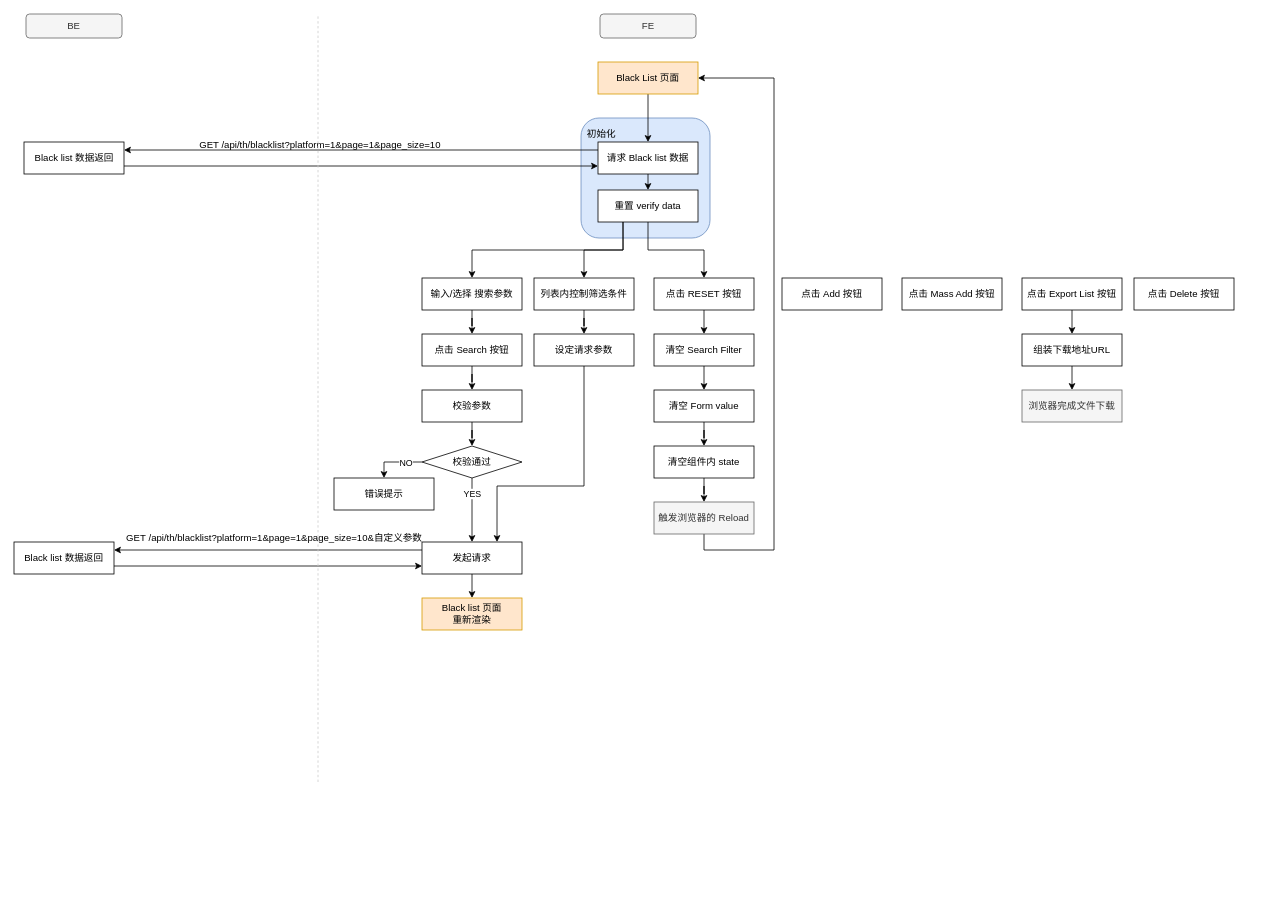
Above: page "black list" (8 of 13) of Admin/admin.drawio in junhong2021/Hotel- (draw.io), before the change. Source tidied: cells renumbered, new cells numbered last; positions are measured from the earlier drawing's top-left corner, leaving out a move shared by most shapes. Both pictures are drawn from the tidied source at 80%, with x=0, y=0 at pixel (14, 14).
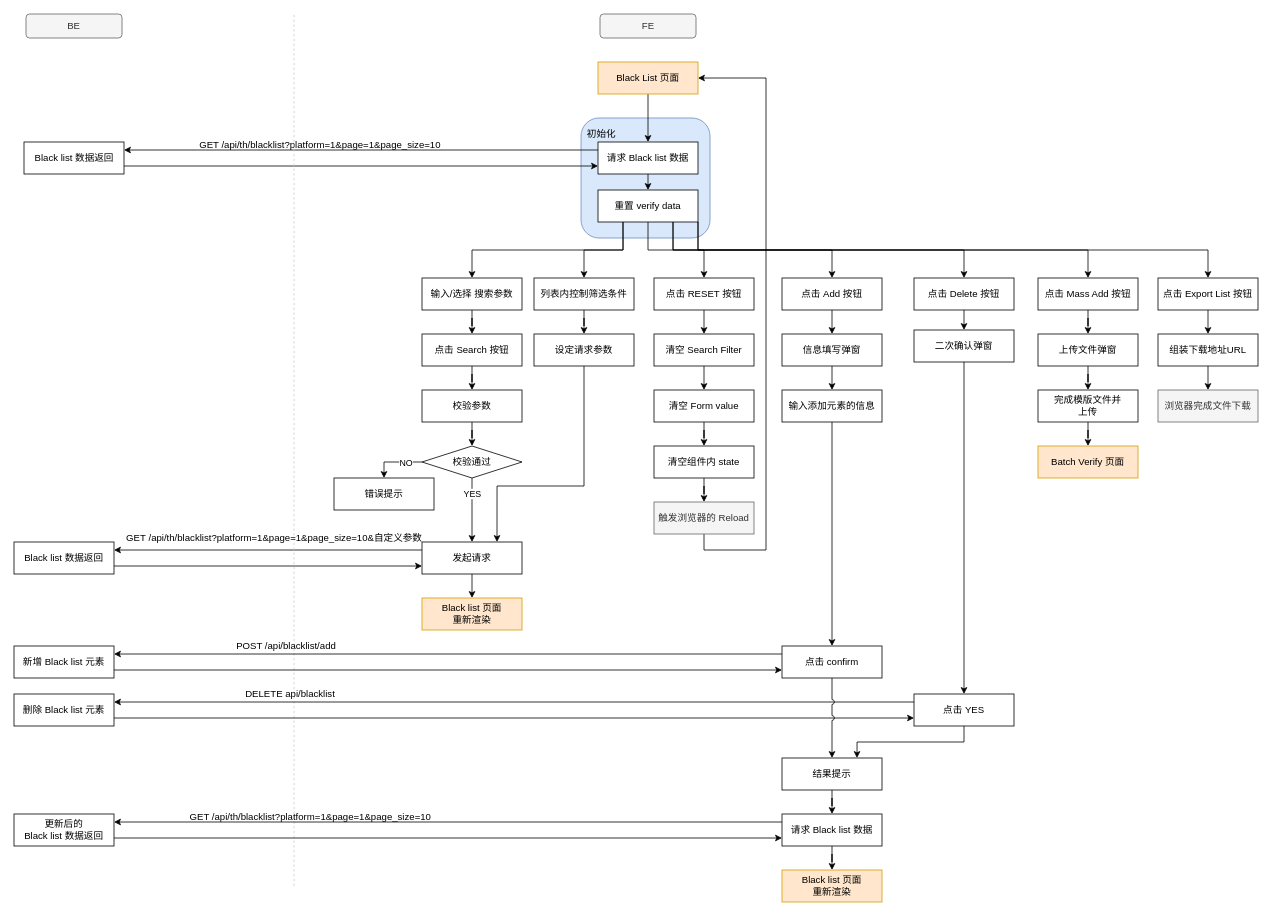
Above is the later version.

Unchanged cells that the change refers to:
```xml
<mxCell id="5" value="Black List 页面" style="rounded=0;whiteSpace=wrap;html=1;fillColor=#ffe6cc;strokeColor=#d79b00;" parent="1" vertex="1">
  <mxGeometry x="730" y="60" width="125" height="40" as="geometry" />
</mxCell>
<mxCell id="18" value="重置 verify data" style="rounded=0;whiteSpace=wrap;html=1;" parent="1" vertex="1">
  <mxGeometry x="730" y="220" width="125" height="40" as="geometry" />
</mxCell>
<mxCell id="32" value="点击 Add 按钮" style="rounded=0;whiteSpace=wrap;html=1;" parent="1" vertex="1">
  <mxGeometry x="960" y="330" width="125" height="40" as="geometry" />
</mxCell>
<mxCell id="49" value="触发浏览器的 Reload" style="rounded=0;whiteSpace=wrap;html=1;fillColor=#f5f5f5;strokeColor=#666666;fontColor=#333333;" parent="1" vertex="1">
  <mxGeometry x="800" y="610" width="125" height="40" as="geometry" />
</mxCell>
```

The edit, as a diff of the source:
```diff
@@
-<mxGraphModel>
+<mxGraphModel background="#ffffff">
@@
+    <mxCell id="62" style="edgeStyle=orthogonalEdgeStyle;rounded=0;jumpStyle=arc;jettySize=auto;html=1;exitX=0.75;exitY=1;exitDx=0;exitDy=0;" parent="1" edge="1" source="18" target="32">
+      <mxGeometry relative="1" as="geometry" />
+    </mxCell>
+    <mxCell id="63" style="edgeStyle=orthogonalEdgeStyle;rounded=0;jumpStyle=arc;jettySize=auto;html=1;exitX=0.75;exitY=1;exitDx=0;exitDy=0;" parent="1" edge="1" source="18" target="39">
+      <mxGeometry relative="1" as="geometry" />
+    </mxCell>
+    <mxCell id="64" style="edgeStyle=orthogonalEdgeStyle;rounded=0;jumpStyle=arc;jettySize=auto;html=1;exitX=1;exitY=1;exitDx=0;exitDy=0;" parent="1" edge="1" source="18" target="33">
+      <mxGeometry relative="1" as="geometry" />
+    </mxCell>
+    <mxCell id="65" style="edgeStyle=orthogonalEdgeStyle;rounded=0;jumpStyle=arc;jettySize=auto;html=1;exitX=1;exitY=1;exitDx=0;exitDy=0;" parent="1" edge="1" source="18" target="35">
+      <mxGeometry relative="1" as="geometry" />
+    </mxCell>
@@
+    <mxCell id="66" style="edgeStyle=orthogonalEdgeStyle;rounded=0;jumpStyle=arc;jettySize=auto;html=1;exitX=0.5;exitY=1;exitDx=0;exitDy=0;entryX=0.5;entryY=0;entryDx=0;entryDy=0;" parent="1" edge="1" source="32" target="68">
+      <mxGeometry relative="1" as="geometry" />
+    </mxCell>
@@
+    <mxCell id="67" style="edgeStyle=orthogonalEdgeStyle;rounded=0;jumpStyle=arc;jettySize=auto;html=1;exitX=0.5;exitY=1;exitDx=0;exitDy=0;entryX=0.5;entryY=0;entryDx=0;entryDy=0;" parent="1" edge="1" source="68" target="70">
+      <mxGeometry relative="1" as="geometry" />
+    </mxCell>
+    <mxCell id="68" value="信息填写弹窗" style="rounded=0;whiteSpace=wrap;html=1;" parent="1" vertex="1">
+      <mxGeometry x="960" y="400" width="125" height="40" as="geometry" />
+    </mxCell>
+    <mxCell id="69" style="edgeStyle=orthogonalEdgeStyle;rounded=0;jumpStyle=arc;jettySize=auto;html=1;exitX=0.5;exitY=1;exitDx=0;exitDy=0;" parent="1" edge="1" source="70" target="71">
+      <mxGeometry relative="1" as="geometry" />
+    </mxCell>
+    <mxCell id="70" value="输入添加元素的信息" style="rounded=0;whiteSpace=wrap;html=1;" parent="1" vertex="1">
+      <mxGeometry x="960" y="470" width="125" height="40" as="geometry" />
+    </mxCell>
+    <mxCell id="71" value="点击 confirm" style="rounded=0;whiteSpace=wrap;html=1;" parent="1" vertex="1">
+      <mxGeometry x="960" y="790" width="125" height="40" as="geometry" />
+    </mxCell>
+    <mxCell id="72" style="edgeStyle=orthogonalEdgeStyle;rounded=0;jumpStyle=arc;jettySize=auto;html=1;exitX=0.5;exitY=1;exitDx=0;exitDy=0;" parent="1" edge="1" source="73" target="97">
+      <mxGeometry relative="1" as="geometry" />
+    </mxCell>
+    <mxCell id="73" value="结果提示" style="rounded=0;whiteSpace=wrap;html=1;" parent="1" vertex="1">
+      <mxGeometry x="960" y="930" width="125" height="40" as="geometry" />
+    </mxCell>
+    <mxCell id="74" style="edgeStyle=orthogonalEdgeStyle;rounded=0;jumpStyle=arc;jettySize=auto;html=1;exitX=0.5;exitY=1;exitDx=0;exitDy=0;" parent="1" edge="1" source="33" target="76">
+      <mxGeometry relative="1" as="geometry" />
+    </mxCell>
     <mxCell id="33" value="点击 Mass Add 按钮" style="rounded=0;whiteSpace=wrap;html=1;" parent="1" vertex="1">
-      <mxGeometry x="1110" y="330" width="125" height="40" as="geometry" />
+      <mxGeometry x="1280" y="330" width="125" height="40" as="geometry" />
     </mxCell>
+    <mxCell id="75" style="edgeStyle=orthogonalEdgeStyle;rounded=0;jumpStyle=arc;jettySize=auto;html=1;exitX=0.5;exitY=1;exitDx=0;exitDy=0;" parent="1" edge="1" source="76" target="78">
+      <mxGeometry relative="1" as="geometry" />
+    </mxCell>
+    <mxCell id="76" value="上传文件弹窗" style="rounded=0;whiteSpace=wrap;html=1;" parent="1" vertex="1">
+      <mxGeometry x="1280" y="400" width="125" height="40" as="geometry" />
+    </mxCell>
+    <mxCell id="77" style="edgeStyle=orthogonalEdgeStyle;rounded=0;jumpStyle=arc;jettySize=auto;html=1;exitX=0.5;exitY=1;exitDx=0;exitDy=0;" parent="1" edge="1" source="78" target="84">
+      <mxGeometry relative="1" as="geometry" />
+    </mxCell>
+    <mxCell id="78" value="完成模版文件并&lt;br&gt;上传" style="rounded=0;whiteSpace=wrap;html=1;" parent="1" vertex="1">
+      <mxGeometry x="1280" y="470" width="125" height="40" as="geometry" />
+    </mxCell>
@@
     <mxCell id="35" value="点击 Export List 按钮" style="rounded=0;whiteSpace=wrap;html=1;" parent="1" vertex="1">
-      <mxGeometry x="1260" y="330" width="125" height="40" as="geometry" />
+      <mxGeometry x="1430" y="330" width="125" height="40" as="geometry" />
     </mxCell>
@@
     <mxCell id="37" value="组装下载地址URL" style="rounded=0;whiteSpace=wrap;html=1;" parent="1" vertex="1">
-      <mxGeometry x="1260" y="400" width="125" height="40" as="geometry" />
+      <mxGeometry x="1430" y="400" width="125" height="40" as="geometry" />
     </mxCell>
     <mxCell id="38" value="浏览器完成文件下载" style="rounded=0;whiteSpace=wrap;html=1;fillColor=#f5f5f5;strokeColor=#666666;fontColor=#333333;" parent="1" vertex="1">
-      <mxGeometry x="1260" y="470" width="125" height="40" as="geometry" />
+      <mxGeometry x="1430" y="470" width="125" height="40" as="geometry" />
     </mxCell>
+    <mxCell id="79" style="edgeStyle=orthogonalEdgeStyle;rounded=0;jumpStyle=arc;jettySize=auto;html=1;exitX=0.5;exitY=1;exitDx=0;exitDy=0;entryX=0.5;entryY=0;entryDx=0;entryDy=0;" parent="1" edge="1" source="39" target="81">
+      <mxGeometry relative="1" as="geometry" />
+    </mxCell>
     <mxCell id="39" value="点击 Delete 按钮" style="rounded=0;whiteSpace=wrap;html=1;" parent="1" vertex="1">
-      <mxGeometry x="1400" y="330" width="125" height="40" as="geometry" />
+      <mxGeometry x="1125" y="330" width="125" height="40" as="geometry" />
     </mxCell>
+    <mxCell id="80" style="edgeStyle=orthogonalEdgeStyle;rounded=0;jumpStyle=arc;jettySize=auto;html=1;exitX=0.5;exitY=1;exitDx=0;exitDy=0;" parent="1" edge="1" source="81" target="83">
+      <mxGeometry relative="1" as="geometry" />
+    </mxCell>
+    <mxCell id="81" value="二次确认弹窗" style="rounded=0;whiteSpace=wrap;html=1;" parent="1" vertex="1">
+      <mxGeometry x="1125" y="395" width="125" height="40" as="geometry" />
+    </mxCell>
+    <mxCell id="82" style="edgeStyle=orthogonalEdgeStyle;rounded=0;jumpStyle=arc;jettySize=auto;html=1;exitX=0.5;exitY=1;exitDx=0;exitDy=0;entryX=0.75;entryY=0;entryDx=0;entryDy=0;" parent="1" edge="1" source="83" target="73">
+      <mxGeometry relative="1" as="geometry" />
+    </mxCell>
+    <mxCell id="83" value="点击 YES" style="rounded=0;whiteSpace=wrap;html=1;" parent="1" vertex="1">
+      <mxGeometry x="1125" y="850" width="125" height="40" as="geometry" />
+    </mxCell>
@@
     <mxCell id="48" style="edgeStyle=orthogonalEdgeStyle;rounded=0;jumpStyle=arc;jettySize=auto;html=1;exitX=0.5;exitY=1;exitDx=0;exitDy=0;entryX=1;entryY=0.5;entryDx=0;entryDy=0;" parent="1" edge="1" source="49" target="5">
       <mxGeometry relative="1" as="geometry">
         <Array as="points">
           <mxPoint x="863" y="670" />
-          <mxPoint x="950" y="670" />
-          <mxPoint x="950" y="80" />
+          <mxPoint x="940" y="670" />
+          <mxPoint x="940" y="80" />
         </Array>
       </mxGeometry>
     </mxCell>
@@
     <mxCell id="59" style="endArrow=none;html=1;strokeColor=#CCCCCC;startArrow=none;dashed=1;" parent="1" edge="1">
       <mxGeometry relative="1" as="geometry">
-        <mxPoint x="380" y="960" as="sourcePoint" />
-        <mxPoint x="380" as="targetPoint" />
+        <mxPoint x="350" y="1090" as="sourcePoint" />
+        <mxPoint x="350" as="targetPoint" />
       </mxGeometry>
     </mxCell>
@@
+    <mxCell id="84" value="Batch Verify 页面" style="rounded=0;whiteSpace=wrap;html=1;fillColor=#ffe6cc;strokeColor=#d79b00;" parent="1" vertex="1">
+      <mxGeometry x="1280" y="540" width="125" height="40" as="geometry" />
+    </mxCell>
+    <mxCell id="85" value="POST /api/blacklist/add" style="text;html=1;align=center;verticalAlign=middle;strokeColor=none;" parent="1" vertex="1">
+      <mxGeometry x="270" y="780" width="140" height="20" as="geometry" />
+    </mxCell>
+    <mxCell id="86" value="GET /api/th/blacklist?platform=1&amp;amp;page=1&amp;amp;page_size=10" style="text;whiteSpace=wrap;html=1;" parent="1" vertex="1">
+      <mxGeometry x="217.5" y="990" width="320" height="30" as="geometry" />
+    </mxCell>
+    <mxCell id="87" style="edgeStyle=orthogonalEdgeStyle;rounded=0;jettySize=auto;html=1;exitX=1;exitY=0.75;exitDx=0;exitDy=0;entryX=0;entryY=0.75;entryDx=0;entryDy=0;" parent="1" edge="1" source="90" target="97">
+      <mxGeometry relative="1" as="geometry" />
+    </mxCell>
+    <mxCell id="88" style="edgeStyle=orthogonalEdgeStyle;rounded=0;jettySize=auto;html=1;exitX=1;exitY=0.75;exitDx=0;exitDy=0;entryX=0;entryY=0.75;entryDx=0;entryDy=0;" parent="1" edge="1" source="91" target="71">
+      <mxGeometry relative="1" as="geometry" />
+    </mxCell>
+    <mxCell id="89" style="edgeStyle=orthogonalEdgeStyle;rounded=0;jettySize=auto;html=1;exitX=1;exitY=0.75;exitDx=0;exitDy=0;entryX=0;entryY=0.75;entryDx=0;entryDy=0;" parent="1" edge="1" source="92" target="83">
+      <mxGeometry relative="1" as="geometry" />
+    </mxCell>
+    <mxCell id="90" value="更新后的&lt;br&gt;Black list 数据返回" style="rounded=0;whiteSpace=wrap;html=1;" parent="1" vertex="1">
+      <mxGeometry y="1000" width="125" height="40" as="geometry" />
+    </mxCell>
+    <mxCell id="91" value="新增 Black list 元素" style="rounded=0;whiteSpace=wrap;html=1;" parent="1" vertex="1">
+      <mxGeometry y="790" width="125" height="40" as="geometry" />
+    </mxCell>
+    <mxCell id="92" value="删除 Black list 元素" style="rounded=0;whiteSpace=wrap;html=1;" parent="1" vertex="1">
+      <mxGeometry y="850" width="125" height="40" as="geometry" />
+    </mxCell>
+    <mxCell id="93" style="edgeStyle=orthogonalEdgeStyle;rounded=0;jettySize=auto;html=1;exitX=0;exitY=0.25;exitDx=0;exitDy=0;entryX=1;entryY=0.25;entryDx=0;entryDy=0;" parent="1" edge="1" source="97" target="90">
+      <mxGeometry relative="1" as="geometry" />
+    </mxCell>
+    <mxCell id="94" style="edgeStyle=orthogonalEdgeStyle;rounded=0;jettySize=auto;html=1;exitX=0;exitY=0.25;exitDx=0;exitDy=0;entryX=1;entryY=0.25;entryDx=0;entryDy=0;" parent="1" edge="1" source="71" target="91">
+      <mxGeometry relative="1" as="geometry" />
+    </mxCell>
+    <mxCell id="95" style="edgeStyle=orthogonalEdgeStyle;rounded=0;jettySize=auto;html=1;exitX=0;exitY=0.25;exitDx=0;exitDy=0;entryX=1;entryY=0.25;entryDx=0;entryDy=0;" parent="1" edge="1" source="83" target="92">
+      <mxGeometry relative="1" as="geometry" />
+    </mxCell>
+    <mxCell id="96" style="edgeStyle=orthogonalEdgeStyle;rounded=0;jumpStyle=arc;jettySize=auto;html=1;exitX=0.5;exitY=1;exitDx=0;exitDy=0;" parent="1" edge="1" source="97" target="98">
+      <mxGeometry relative="1" as="geometry" />
+    </mxCell>
+    <mxCell id="97" value="请求 Black list 数据" style="rounded=0;whiteSpace=wrap;html=1;" parent="1" vertex="1">
+      <mxGeometry x="960" y="1000" width="125" height="40" as="geometry" />
+    </mxCell>
+    <mxCell id="98" value="Black list 页面&lt;br&gt;重新渲染" style="rounded=0;whiteSpace=wrap;html=1;fillColor=#ffe6cc;strokeColor=#d79b00;" parent="1" vertex="1">
+      <mxGeometry x="960" y="1070" width="125" height="40" as="geometry" />
+    </mxCell>
+    <mxCell id="99" value="DELETE api/blacklist" style="text;html=1;align=center;verticalAlign=middle;strokeColor=none;" parent="1" vertex="1">
+      <mxGeometry x="280" y="840" width="130" height="20" as="geometry" />
+    </mxCell>
+    <mxCell id="100" style="edgeStyle=orthogonalEdgeStyle;rounded=0;jumpStyle=arc;jettySize=auto;html=1;entryX=0.5;entryY=0;entryDx=0;entryDy=0;" parent="1" edge="1" source="71" target="73">
+      <mxGeometry relative="1" as="geometry" />
+    </mxCell>
```
